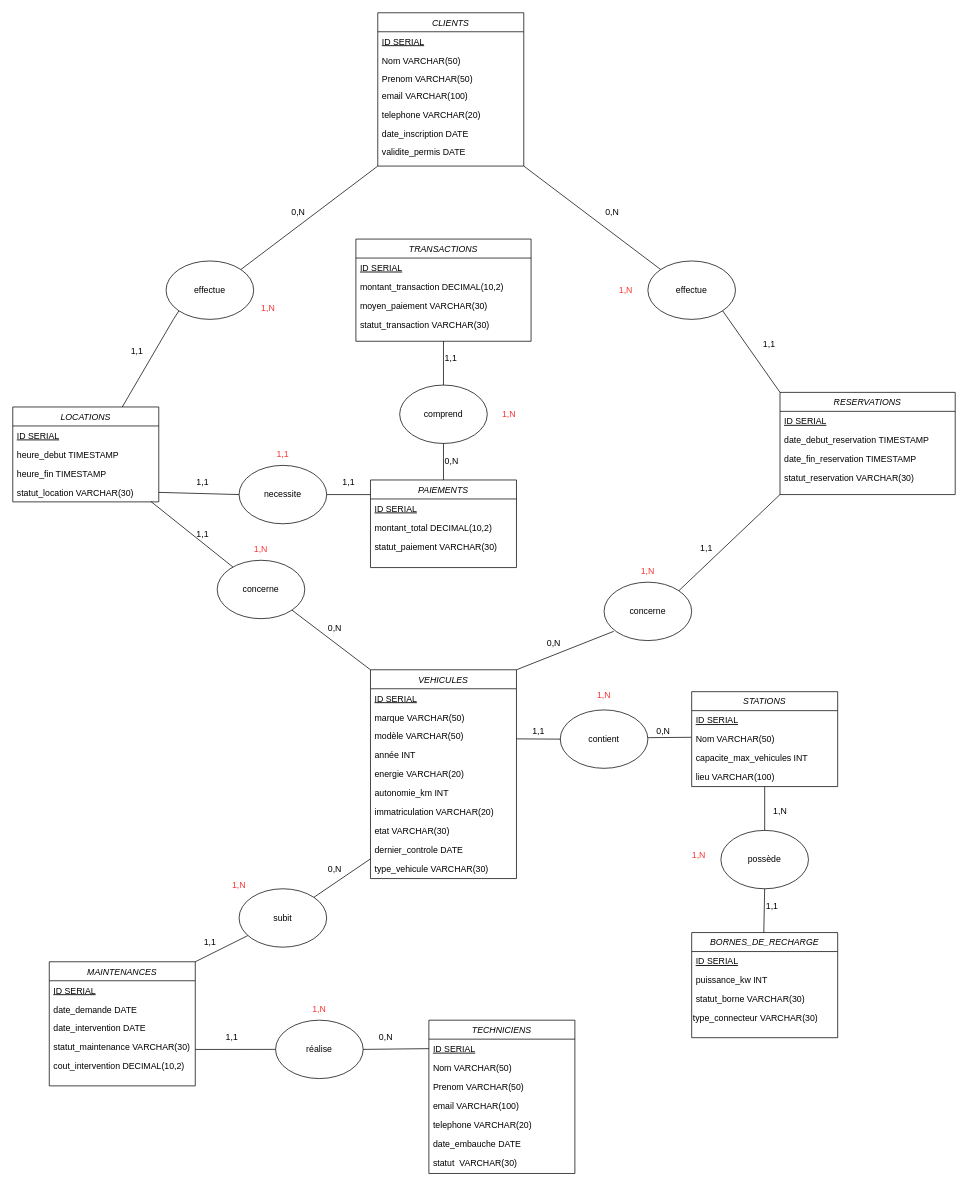
Above: MCD.drawio in Thomrib1/Projet_SQL_B2 (draw.io), before the change. Source tidied: cells renumbered, new cells numbered last; positions are measured from the earlier drawing's top-left corner, leaving out a move shared by most shapes. Both pictures are drawn from the tidied source at 73%, with x=0, y=0 at pixel (12, 12).
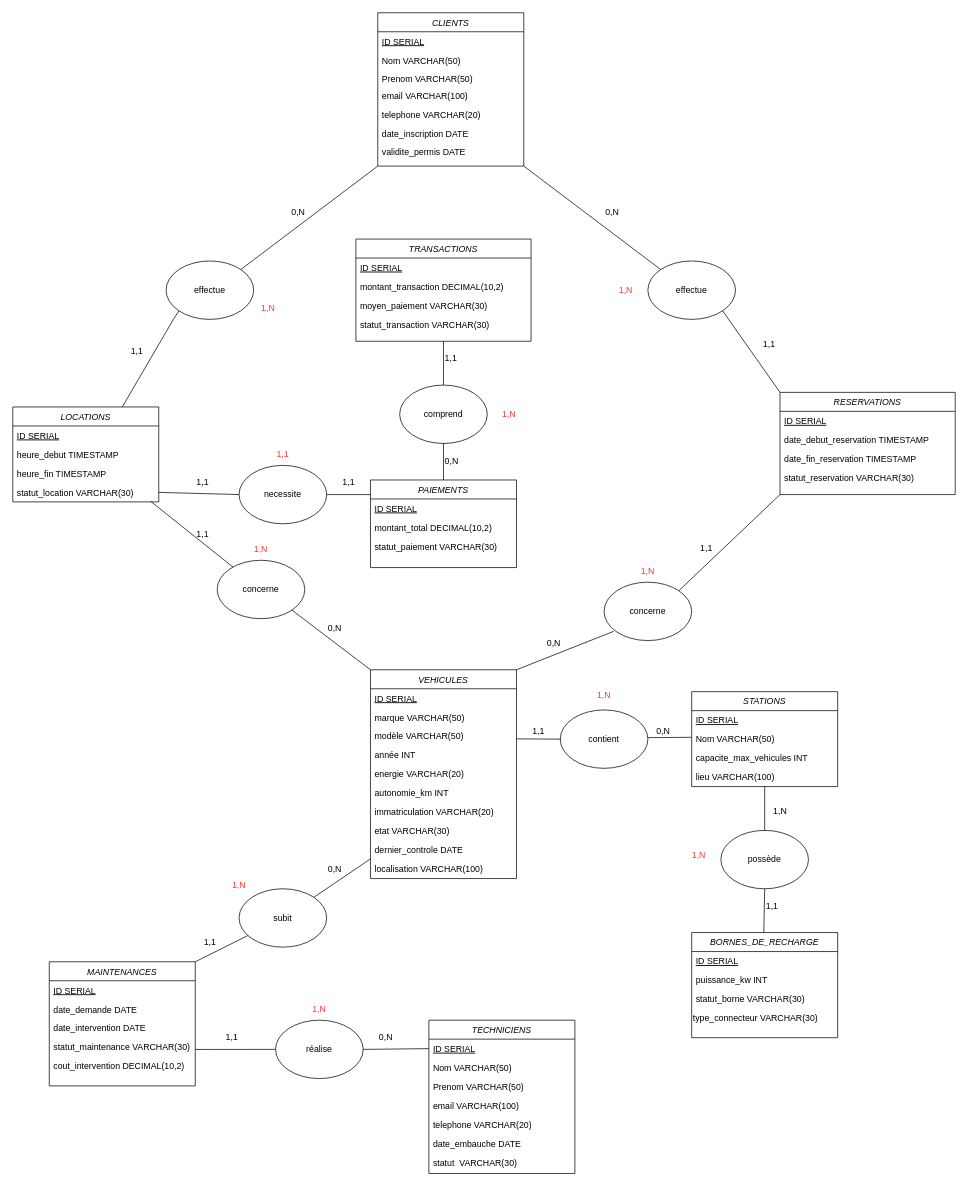
The same diagram, later.

Commit message:
add localisation in vehicule

The change refers to these unchanged cells:
```xml
<mxCell id="2" value="VEHICULES" style="swimlane;fontStyle=2;align=center;verticalAlign=top;horizontal=1;startSize=26;rounded=0;shadow=0;strokeWidth=1;" parent="1" vertex="1">
  <mxGeometry x="490" y="900" width="200" height="286" as="geometry" />
</mxCell>
```

Diff of the diagram source:
```diff
@@
-    <mxCell id="12" value="type_vehicule VARCHAR(30)" style="text;align=left;verticalAlign=top;spacingLeft=4;spacingRight=4;overflow=hidden;rounded=0;shadow=0;html=0;" parent="2" vertex="1">
+    <mxCell id="12" value="localisation VARCHAR(100)" style="text;align=left;verticalAlign=top;spacingLeft=4;spacingRight=4;overflow=hidden;rounded=0;shadow=0;html=0;" parent="2" vertex="1">
       <mxGeometry y="260" width="200" height="26" as="geometry" />
     </mxCell>
```
